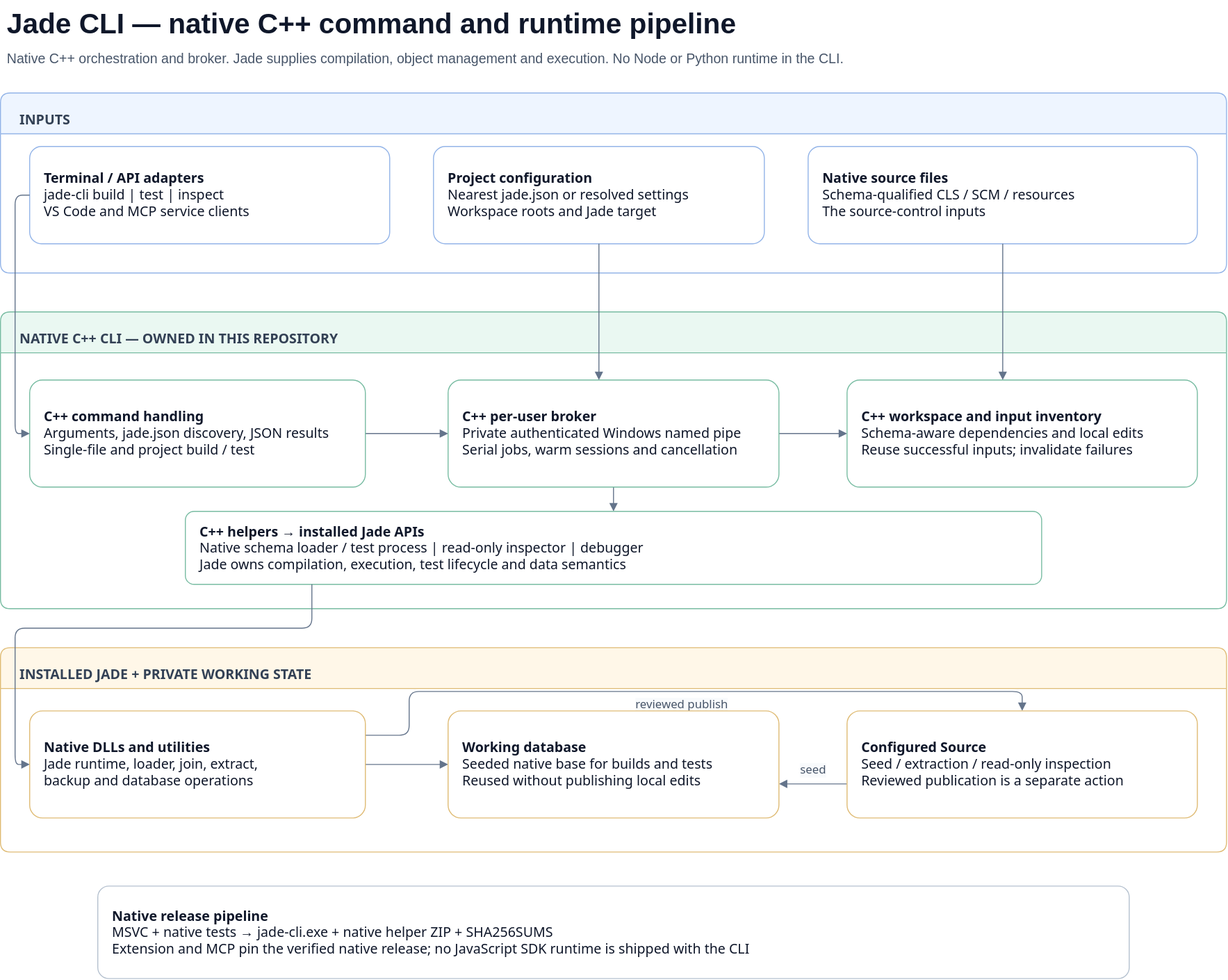
Earlier version of the draw.io export docs/architecture.drawio.svg (darrenhull/Jade-CLI). Source tidied: cells renumbered, new cells last; positions are measured from the earlier drawing's top-left corner, leaving out a move shared by most shapes.
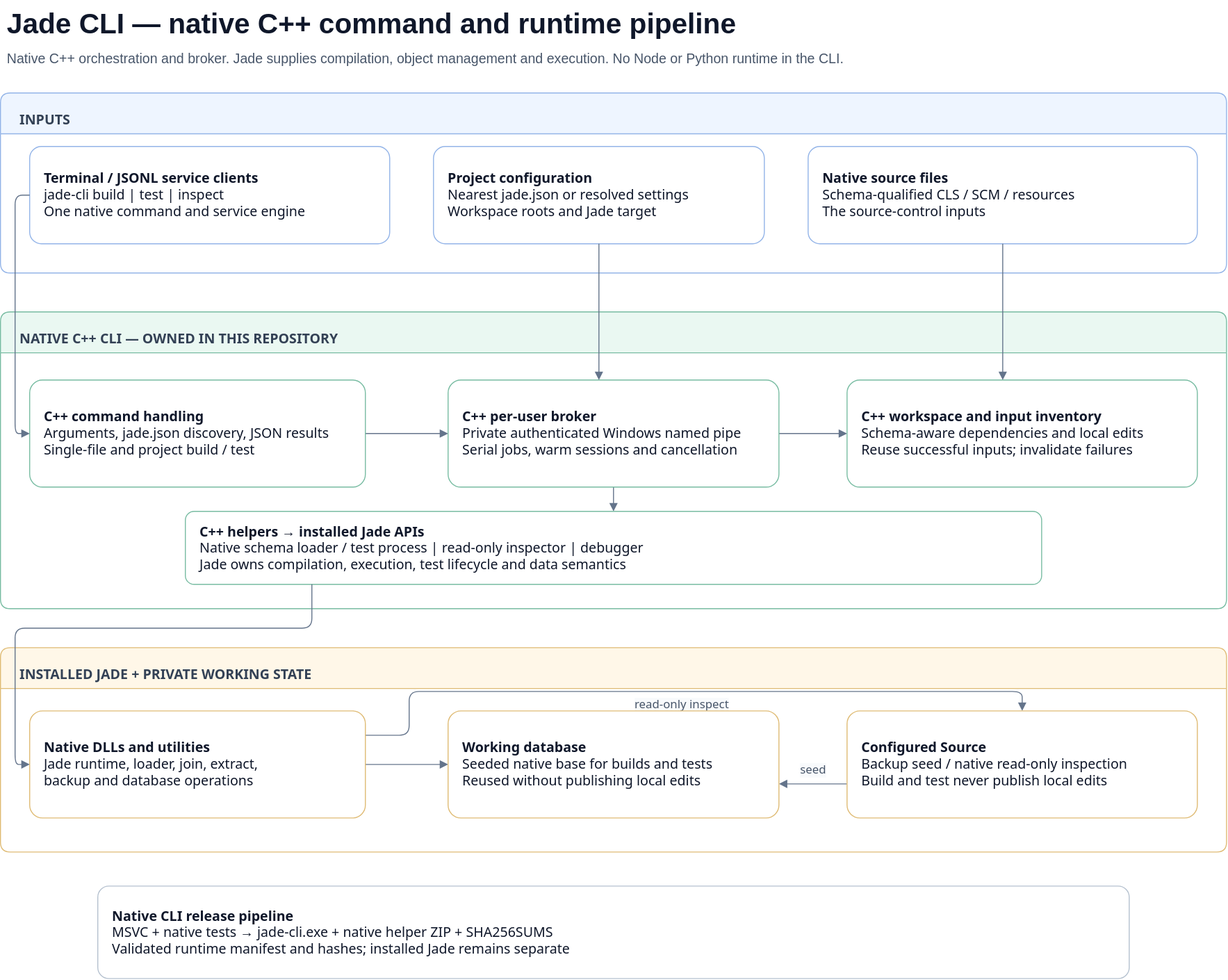
Above is the later version.

Diff of the diagram source:
```diff
@@ -11,7 +11,7 @@
     <mxCell id="4" value="INPUTS" style="swimlane;startSize=42;horizontal=1;rounded=1;arcSize=8;html=1;verticalAlign=middle;align=left;spacingTop=14;spacingLeft=18;fontSize=14;fontStyle=1;fontColor=#334155;fillColor=#eef5ff;strokeColor=#93b4e8;fontFamily=Segoe UI;" parent="1" vertex="1">
       <mxGeometry y="95" width="1260" height="185" as="geometry" />
     </mxCell>
-    <mxCell id="5" value="&lt;b&gt;Terminal / API adapters&lt;/b&gt;&lt;br&gt;jade-cli build | test | inspect&lt;br&gt;VS Code and MCP service clients" style="rounded=1;arcSize=12;html=1;whiteSpace=wrap;align=left;verticalAlign=middle;spacing=15;fontSize=14;fontColor=#0f172a;fillColor=#ffffff;strokeColor=#93b4e8;fontFamily=Segoe UI;" parent="4" vertex="1">
+    <mxCell id="5" value="&lt;b&gt;Terminal / JSONL service clients&lt;/b&gt;&lt;br&gt;jade-cli build | test | inspect&lt;br&gt;One native command and service engine" style="rounded=1;arcSize=12;html=1;whiteSpace=wrap;align=left;verticalAlign=middle;spacing=15;fontSize=14;fontColor=#0f172a;fillColor=#ffffff;strokeColor=#93b4e8;fontFamily=Segoe UI;" parent="4" vertex="1">
       <mxGeometry x="30" y="55" width="370" height="100" as="geometry" />
     </mxCell>
     <mxCell id="6" value="&lt;b&gt;Project configuration&lt;/b&gt;&lt;br&gt;Nearest jade.json or resolved settings&lt;br&gt;Workspace roots and Jade target" style="rounded=1;arcSize=12;html=1;whiteSpace=wrap;align=left;verticalAlign=middle;spacing=15;fontSize=14;fontColor=#0f172a;fillColor=#ffffff;strokeColor=#93b4e8;fontFamily=Segoe UI;" parent="4" vertex="1">
@@ -53,7 +53,7 @@
     <mxCell id="18" value="seed" style="edgeStyle=orthogonalEdgeStyle;rounded=1;html=1;endArrow=block;endFill=1;strokeColor=#64748b;fontColor=#475569;fontSize=12;exitX=0.0;exitY=0.6818181818181818;entryX=1.0;entryY=0.6818181818181818;exitPerimeter=0;entryPerimeter=0;labelBackgroundColor=#f8fafc;fontFamily=Segoe UI;" parent="16" edge="1" source="22" target="21">
       <mxGeometry y="-14" relative="1" as="geometry" />
     </mxCell>
-    <mxCell id="19" value="reviewed publish" style="edgeStyle=orthogonalEdgeStyle;rounded=1;html=1;endArrow=block;endFill=1;strokeColor=#64748b;fontColor=#475569;fontSize=12;exitX=1.0;exitY=0.22727272727272727;entryX=0.5;entryY=0.0;exitPerimeter=0;entryPerimeter=0;labelBackgroundColor=#f8fafc;fontFamily=Segoe UI;" parent="16" edge="1" source="20" target="22">
+    <mxCell id="19" value="read-only inspect" style="edgeStyle=orthogonalEdgeStyle;rounded=1;html=1;endArrow=block;endFill=1;strokeColor=#64748b;fontColor=#475569;fontSize=12;exitX=1.0;exitY=0.22727272727272727;entryX=0.5;entryY=0.0;exitPerimeter=0;entryPerimeter=0;labelBackgroundColor=#f8fafc;fontFamily=Segoe UI;" parent="16" edge="1" source="20" target="22">
       <mxGeometry y="-14" relative="1" as="geometry">
         <Array as="points">
           <mxPoint x="420" y="90" />
@@ -68,7 +68,7 @@
     <mxCell id="21" value="&lt;b&gt;Working database&lt;/b&gt;&lt;br&gt;Seeded native base for builds and tests&lt;br&gt;Reused without publishing local edits" style="rounded=1;arcSize=12;html=1;whiteSpace=wrap;align=left;verticalAlign=middle;spacing=15;fontSize=14;fontColor=#0f172a;fillColor=#ffffff;strokeColor=#dfbb74;fontFamily=Segoe UI;" parent="16" vertex="1">
       <mxGeometry x="460" y="65" width="340" height="110" as="geometry" />
     </mxCell>
-    <mxCell id="22" value="&lt;b&gt;Configured Source&lt;/b&gt;&lt;br&gt;Seed / extraction / read-only inspection&lt;br&gt;Reviewed publication is a separate action" style="rounded=1;arcSize=12;html=1;whiteSpace=wrap;align=left;verticalAlign=middle;spacing=15;fontSize=14;fontColor=#0f172a;fillColor=#ffffff;strokeColor=#dfbb74;fontFamily=Segoe UI;" parent="16" vertex="1">
+    <mxCell id="22" value="&lt;b&gt;Configured Source&lt;/b&gt;&lt;br&gt;Backup seed / native read-only inspection&lt;br&gt;Build and test never publish local edits" style="rounded=1;arcSize=12;html=1;whiteSpace=wrap;align=left;verticalAlign=middle;spacing=15;fontSize=14;fontColor=#0f172a;fillColor=#ffffff;strokeColor=#dfbb74;fontFamily=Segoe UI;" parent="16" vertex="1">
       <mxGeometry x="870" y="65" width="360" height="110" as="geometry" />
     </mxCell>
     <mxCell id="23" style="edgeStyle=orthogonalEdgeStyle;rounded=1;html=1;endArrow=block;endFill=1;strokeColor=#64748b;fontColor=#475569;fontSize=12;exitX=0.0;exitY=0.5;entryX=0.0;entryY=0.5;exitPerimeter=0;entryPerimeter=0;labelBackgroundColor=#f8fafc;fontFamily=Segoe UI;" parent="1" edge="1" source="5" target="12">
@@ -94,7 +94,7 @@
         </Array>
       </mxGeometry>
     </mxCell>
-    <mxCell id="27" value="&lt;b&gt;Native release pipeline&lt;/b&gt;&lt;br&gt;MSVC + native tests → jade-cli.exe + native helper ZIP + SHA256SUMS&lt;br&gt;Extension and MCP pin the verified native release; no JavaScript SDK runtime is shipped with the CLI" style="rounded=1;arcSize=12;html=1;whiteSpace=wrap;align=left;verticalAlign=middle;spacing=15;fontSize=14;fontColor=#0f172a;fillColor=#ffffff;strokeColor=#b5c1cf;fontFamily=Segoe UI;" parent="1" vertex="1">
+    <mxCell id="27" value="&lt;b&gt;Native CLI release pipeline&lt;/b&gt;&lt;br&gt;MSVC + native tests → jade-cli.exe + native helper ZIP + SHA256SUMS&lt;br&gt;Validated runtime manifest and hashes; installed Jade remains separate" style="rounded=1;arcSize=12;html=1;whiteSpace=wrap;align=left;verticalAlign=middle;spacing=15;fontSize=14;fontColor=#0f172a;fillColor=#ffffff;strokeColor=#b5c1cf;fontFamily=Segoe UI;" parent="1" vertex="1">
       <mxGeometry x="100" y="910" width="1060" height="95" as="geometry" />
     </mxCell>
   </root>
```
